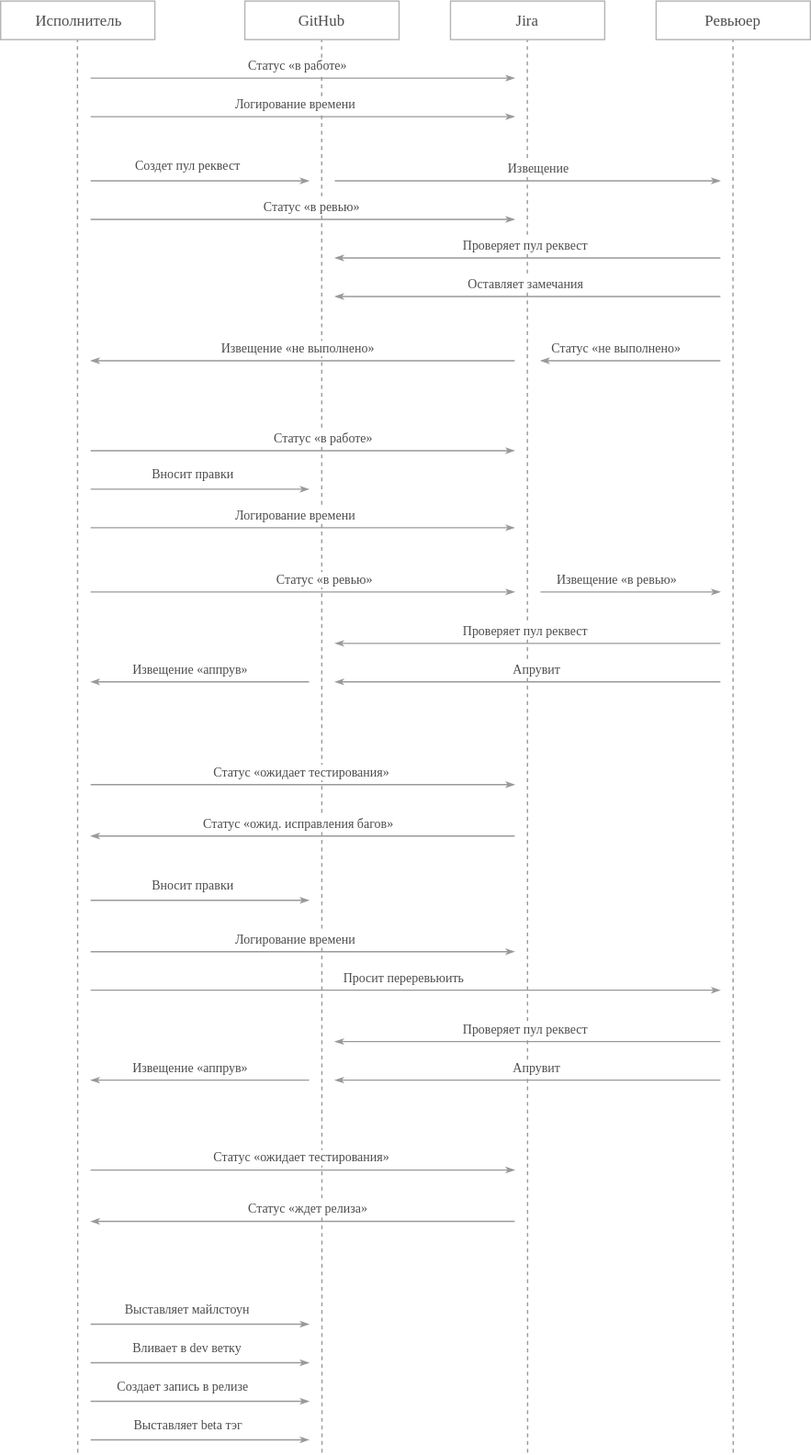
Before: workflow.svg, a diagram exported from draw.io (ajile/draw-io). Source tidied: cells renumbered, new cells last; positions are measured from the earlier drawing's top-left corner, leaving out a move shared by most shapes.
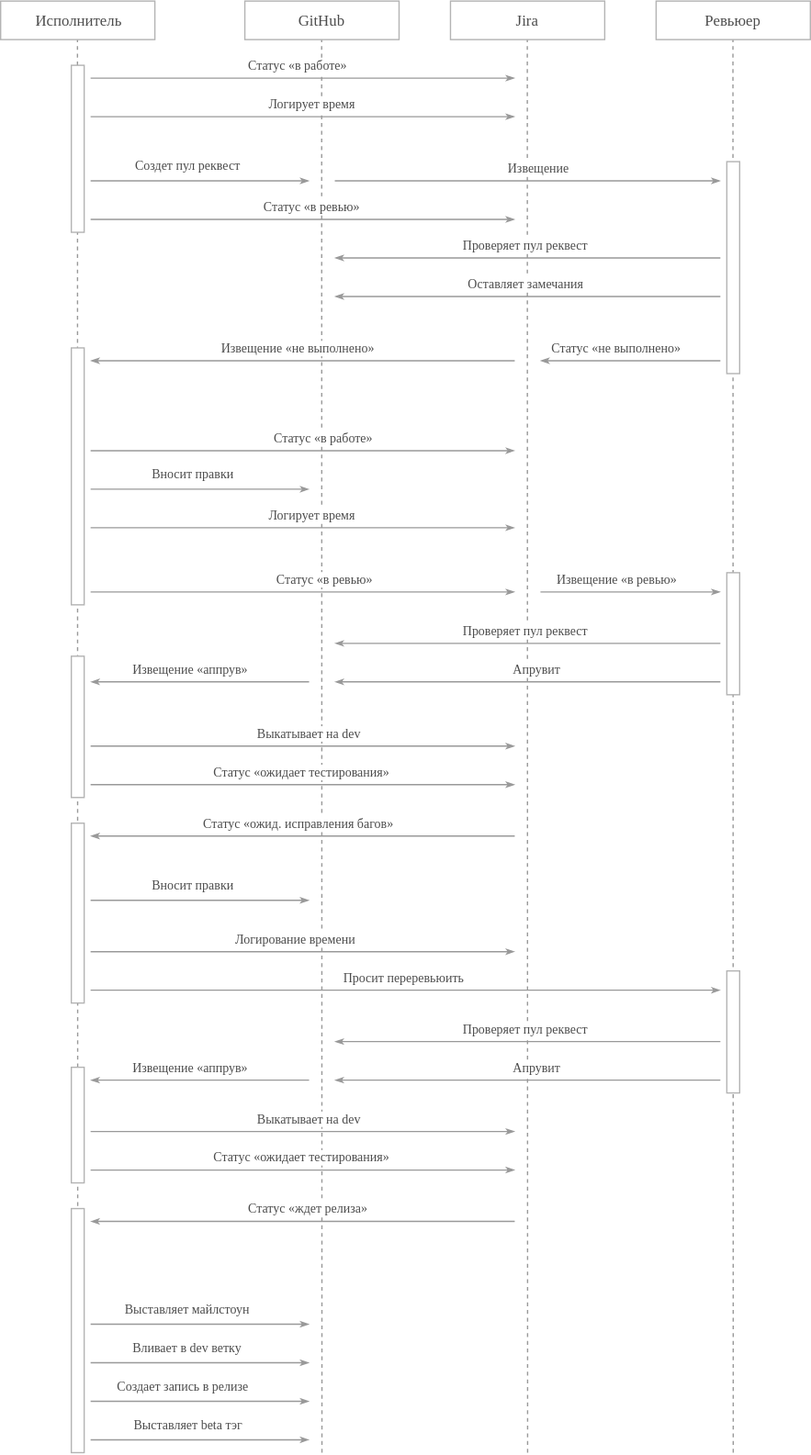
The same diagram one commit later.

Change to the diagram source:
```diff
@@ -337,9 +337,9 @@
         <mxPoint x="400" y="90" as="targetPoint" />
       </mxGeometry>
     </mxCell>
-    <mxCell id="65" value="Логирование времени" style="text;html=1;align=center;verticalAlign=middle;labelBackgroundColor=#ffffff;fontSize=10;fontFamily=Verdana;fontColor=#4D4D4D;" parent="64" vertex="1">
+    <mxCell id="65" value="Логирует время" style="text;html=1;align=center;verticalAlign=middle;labelBackgroundColor=#ffffff;fontSize=10;fontFamily=Verdana;fontColor=#4D4D4D;" parent="64" vertex="1">
       <mxGeometry x="-0.11" relative="1" as="geometry">
-        <mxPoint x="23" y="-10" as="offset" />
+        <mxPoint x="33" y="-10" as="offset" />
       </mxGeometry>
     </mxCell>
     <mxCell id="66" style="edgeStyle=none;rounded=0;html=1;startArrow=none;startFill=0;startSize=16;endArrow=classicThin;endFill=1;endSize=4;jettySize=auto;orthogonalLoop=1;strokeColor=#999999;strokeWidth=1;fontFamily=Verdana;fontSize=12;fontColor=#4D4D4D;labelBackgroundColor=none;" parent="1" edge="1">
@@ -348,9 +348,9 @@
         <mxPoint x="400" y="410" as="targetPoint" />
       </mxGeometry>
     </mxCell>
-    <mxCell id="67" value="Логирование времени" style="text;html=1;align=center;verticalAlign=middle;labelBackgroundColor=#ffffff;fontSize=10;fontFamily=Verdana;fontColor=#4D4D4D;" parent="66" vertex="1">
+    <mxCell id="67" value="Логирует время" style="text;html=1;align=center;verticalAlign=middle;labelBackgroundColor=#ffffff;fontSize=10;fontFamily=Verdana;fontColor=#4D4D4D;" parent="66" vertex="1">
       <mxGeometry x="-0.11" relative="1" as="geometry">
-        <mxPoint x="23" y="-10" as="offset" />
+        <mxPoint x="33" y="-10" as="offset" />
       </mxGeometry>
     </mxCell>
     <mxCell id="68" style="edgeStyle=none;rounded=0;html=1;startArrow=none;startFill=0;startSize=16;endArrow=classicThin;endFill=1;endSize=4;jettySize=auto;orthogonalLoop=1;strokeColor=#999999;strokeWidth=1;fontFamily=Verdana;fontSize=12;fontColor=#4D4D4D;labelBackgroundColor=none;" parent="1" edge="1">
@@ -375,5 +375,54 @@
         <mxPoint x="-6" y="-9" as="offset" />
       </mxGeometry>
     </mxCell>
+    <mxCell id="72" style="rounded=0;whiteSpace=wrap;html=1;shadow=0;strokeColor=#B3B3B3;strokeWidth=1;fillColor=#FFFFFF;fontFamily=Verdana;fontSize=10;fontColor=#4D4D4D;align=center;" parent="1" vertex="1">
+      <mxGeometry x="55" y="50" width="10" height="130" as="geometry" />
+    </mxCell>
+    <mxCell id="73" style="rounded=0;whiteSpace=wrap;html=1;shadow=0;strokeColor=#B3B3B3;strokeWidth=1;fillColor=#FFFFFF;fontFamily=Verdana;fontSize=10;fontColor=#4D4D4D;align=center;" parent="1" vertex="1">
+      <mxGeometry x="565" y="125" width="10" height="165" as="geometry" />
+    </mxCell>
+    <mxCell id="74" style="rounded=0;whiteSpace=wrap;html=1;shadow=0;strokeColor=#B3B3B3;strokeWidth=1;fillColor=#FFFFFF;fontFamily=Verdana;fontSize=10;fontColor=#4D4D4D;align=center;" parent="1" vertex="1">
+      <mxGeometry x="55" y="270" width="10" height="200" as="geometry" />
+    </mxCell>
+    <mxCell id="75" style="rounded=0;whiteSpace=wrap;html=1;shadow=0;strokeColor=#B3B3B3;strokeWidth=1;fillColor=#FFFFFF;fontFamily=Verdana;fontSize=10;fontColor=#4D4D4D;align=center;" parent="1" vertex="1">
+      <mxGeometry x="55" y="510" width="10" height="110" as="geometry" />
+    </mxCell>
+    <mxCell id="76" style="rounded=0;whiteSpace=wrap;html=1;shadow=0;strokeColor=#B3B3B3;strokeWidth=1;fillColor=#FFFFFF;fontFamily=Verdana;fontSize=10;fontColor=#4D4D4D;align=center;" parent="1" vertex="1">
+      <mxGeometry x="565" y="445" width="10" height="95" as="geometry" />
+    </mxCell>
+    <mxCell id="77" style="rounded=0;whiteSpace=wrap;html=1;shadow=0;strokeColor=#B3B3B3;strokeWidth=1;fillColor=#FFFFFF;fontFamily=Verdana;fontSize=10;fontColor=#4D4D4D;align=center;" parent="1" vertex="1">
+      <mxGeometry x="55" y="640" width="10" height="140" as="geometry" />
+    </mxCell>
+    <mxCell id="78" style="rounded=0;whiteSpace=wrap;html=1;shadow=0;strokeColor=#B3B3B3;strokeWidth=1;fillColor=#FFFFFF;fontFamily=Verdana;fontSize=10;fontColor=#4D4D4D;align=center;" parent="1" vertex="1">
+      <mxGeometry x="565" y="755" width="10" height="95" as="geometry" />
+    </mxCell>
+    <mxCell id="79" style="rounded=0;whiteSpace=wrap;html=1;shadow=0;strokeColor=#B3B3B3;strokeWidth=1;fillColor=#FFFFFF;fontFamily=Verdana;fontSize=10;fontColor=#4D4D4D;align=center;" parent="1" vertex="1">
+      <mxGeometry x="55" y="830" width="10" height="90" as="geometry" />
+    </mxCell>
+    <mxCell id="80" style="edgeStyle=none;rounded=0;html=1;startArrow=none;startFill=0;startSize=16;endArrow=classicThin;endFill=1;endSize=4;jettySize=auto;orthogonalLoop=1;strokeColor=#999999;strokeWidth=1;fontFamily=Verdana;fontSize=12;fontColor=#4D4D4D;" parent="1" edge="1">
+      <mxGeometry relative="1" as="geometry">
+        <mxPoint x="70" y="880" as="sourcePoint" />
+        <mxPoint x="400" y="880" as="targetPoint" />
+      </mxGeometry>
+    </mxCell>
+    <mxCell id="81" value="Выкатывает на dev" style="text;html=1;align=center;verticalAlign=middle;labelBackgroundColor=#ffffff;fontSize=10;fontFamily=Verdana;fontColor=#4D4D4D;" parent="80" vertex="1">
+      <mxGeometry x="-0.11" relative="1" as="geometry">
+        <mxPoint x="33" y="-10" as="offset" />
+      </mxGeometry>
+    </mxCell>
+    <mxCell id="82" style="edgeStyle=none;rounded=0;html=1;startArrow=none;startFill=0;startSize=16;endArrow=classicThin;endFill=1;endSize=4;jettySize=auto;orthogonalLoop=1;strokeColor=#999999;strokeWidth=1;fontFamily=Verdana;fontSize=12;fontColor=#4D4D4D;" parent="1" edge="1">
+      <mxGeometry relative="1" as="geometry">
+        <mxPoint x="70" y="580" as="sourcePoint" />
+        <mxPoint x="400" y="580" as="targetPoint" />
+      </mxGeometry>
+    </mxCell>
+    <mxCell id="83" value="Выкатывает на dev" style="text;html=1;align=center;verticalAlign=middle;labelBackgroundColor=#ffffff;fontSize=10;fontFamily=Verdana;fontColor=#4D4D4D;" parent="82" vertex="1">
+      <mxGeometry x="-0.11" relative="1" as="geometry">
+        <mxPoint x="33" y="-10" as="offset" />
+      </mxGeometry>
+    </mxCell>
+    <mxCell id="84" style="rounded=0;whiteSpace=wrap;html=1;shadow=0;strokeColor=#B3B3B3;strokeWidth=1;fillColor=#FFFFFF;fontFamily=Verdana;fontSize=10;fontColor=#4D4D4D;align=center;" parent="1" vertex="1">
+      <mxGeometry x="55" y="940" width="10" height="190" as="geometry" />
+    </mxCell>
   </root>
 </mxGraphModel>
```
